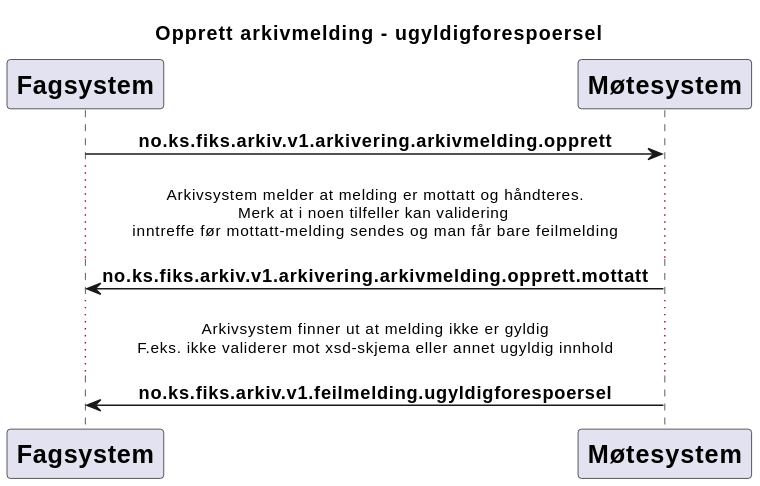
The PlantUML diagram Dokumentasjon/V1/Meldinger/no.ks.fiks.arkiv.v1.arkivering.arkivmelding.opprett/arkivmelding-opprett-feilmelding-ugyldigforespoersel.svg in ks-no/fiks-arkiv-specification, before a commit.
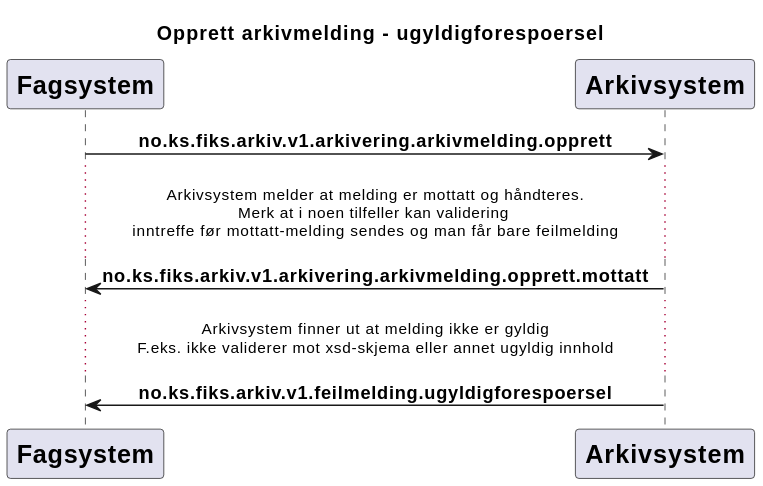
After the commit.

The edit, as a diff of the source:
```diff
@@ -7,7 +7,7 @@
     = Fagsystem
 ]
 participant Arkivsystem [
-    = Møtesystem
+    = Arkivsystem
 ]
 
 Fagsystem -> Arkivsystem : **no.ks.fiks.arkiv.v1.arkivering.arkivmelding.opprett**
```
